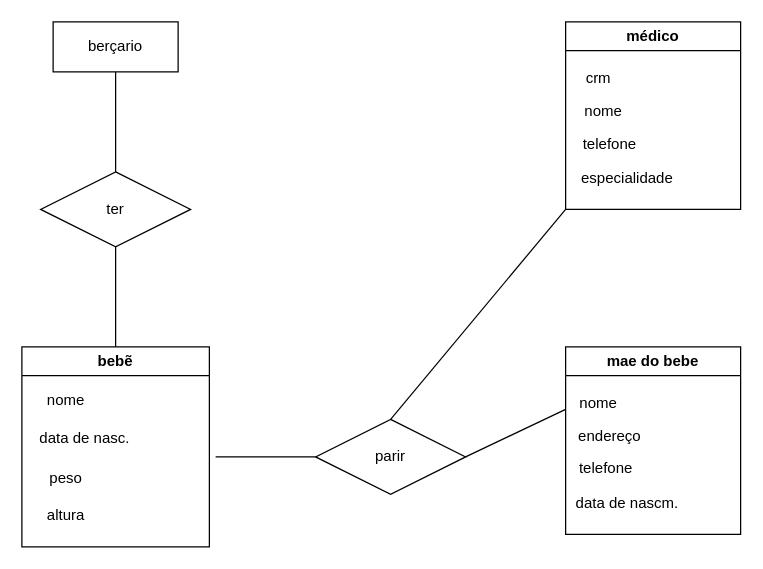
This is Diagrama03.drawio from leuz1n/bd, a draw.io file, before an edit. Source tidied: cells renumbered, new cells numbered last; positions are measured from the earlier drawing's top-left corner, leaving out a move shared by most shapes. Both pictures are drawn from the tidied source at 125%, with x=0, y=0 at pixel (21, 21).
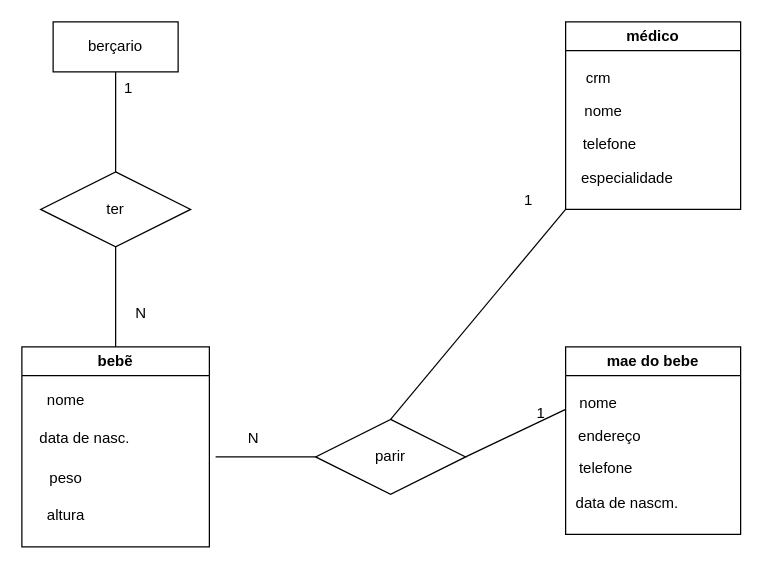
Above is the later version.

Diff of the diagram source:
```diff
@@
+    <mxCell id="25" value="1" style="text;html=1;align=center;verticalAlign=middle;strokeColor=none;fillColor=none;" parent="1" vertex="1">
+      <mxGeometry x="70" y="38" width="30" height="30" as="geometry" />
+    </mxCell>
+    <mxCell id="26" value="N" style="text;html=1;align=center;verticalAlign=middle;strokeColor=none;fillColor=none;" parent="1" vertex="1">
+      <mxGeometry x="80" y="218" width="30" height="30" as="geometry" />
+    </mxCell>
+    <mxCell id="27" value="N" style="text;html=1;align=center;verticalAlign=middle;strokeColor=none;fillColor=none;" parent="1" vertex="1">
+      <mxGeometry x="170" y="318" width="30" height="30" as="geometry" />
+    </mxCell>
+    <mxCell id="28" value="1" style="text;html=1;align=center;verticalAlign=middle;strokeColor=none;fillColor=none;" parent="1" vertex="1">
+      <mxGeometry x="390" y="128" width="30" height="30" as="geometry" />
+    </mxCell>
+    <mxCell id="29" value="1" style="text;html=1;align=center;verticalAlign=middle;strokeColor=none;fillColor=none;" parent="1" vertex="1">
+      <mxGeometry x="400" y="298" width="30" height="30" as="geometry" />
+    </mxCell>
```
